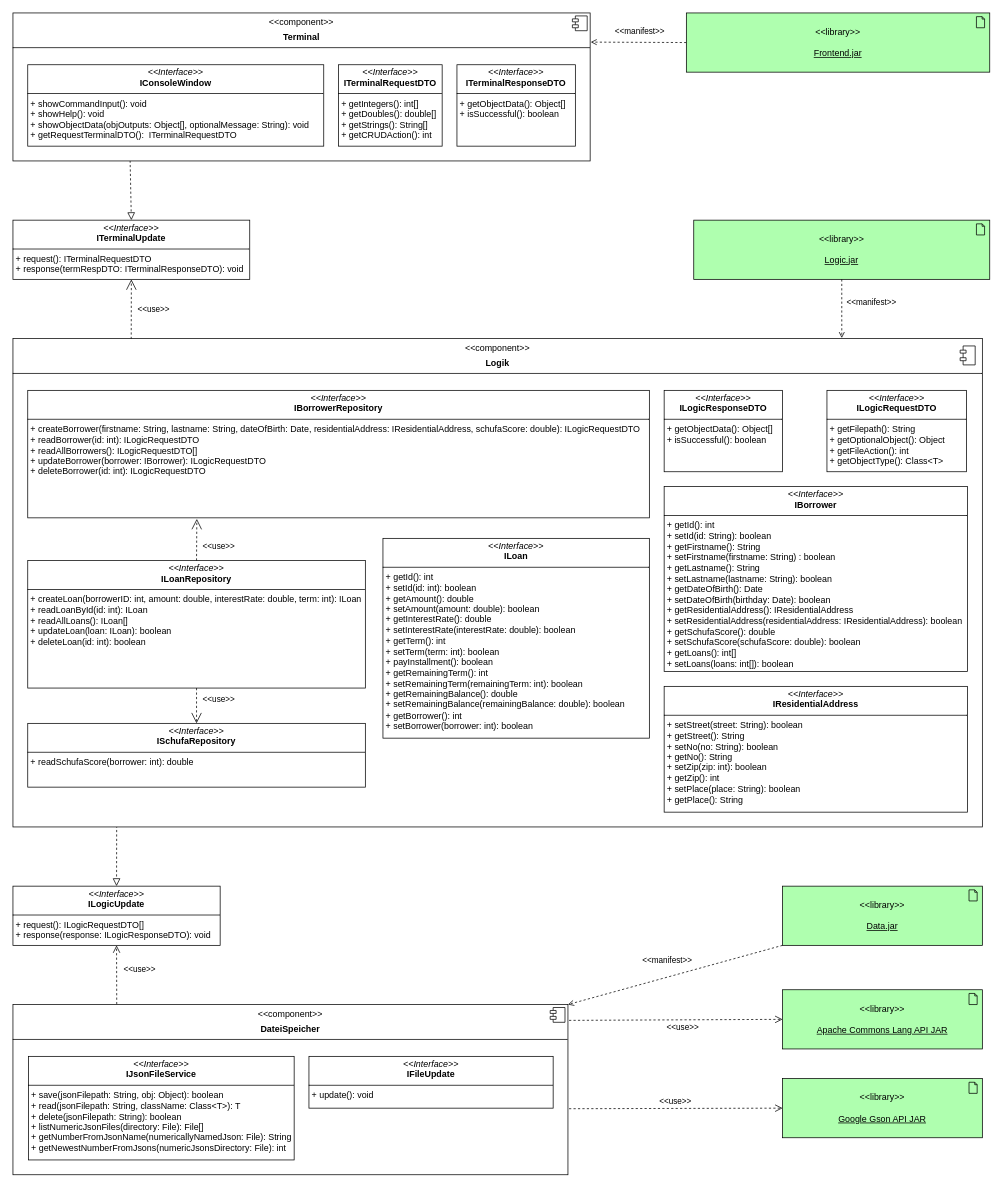
ThirdRealityStudios/avss_praktikum_2026 keeps this draw.io diagram as artifact/UML_Component_Diagram.drawio. Above is the earlier version. Source tidied: cells renumbered, new cells numbered last; positions are measured from the earlier drawing's top-left corner, leaving out a move shared by most shapes. Both pictures are drawn from the tidied source at 74%, with x=0, y=0 at pixel (13, 13).
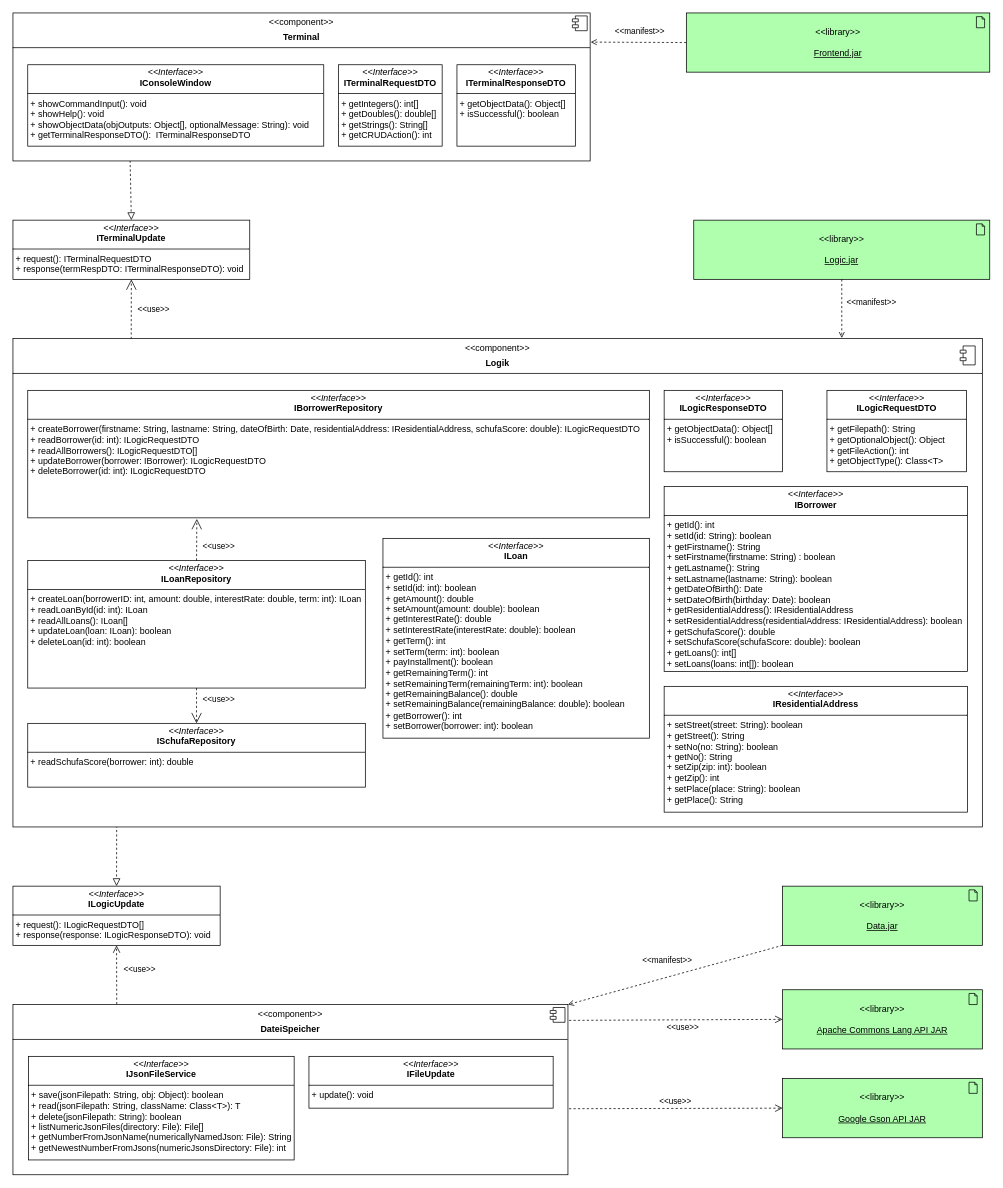
Above is the later version.

Commit message (it also covers changes not shown here):
Updated UML diagrams

What changed in the source:
```diff
@@
-    <mxCell id="39" value="&lt;p style=&quot;margin:0px;margin-top:4px;text-align:center;&quot;&gt;&lt;i&gt;&amp;lt;&amp;lt;Interface&amp;gt;&amp;gt;&lt;/i&gt;&lt;br&gt;&lt;b&gt;IConsoleWindow&lt;/b&gt;&lt;/p&gt;&lt;hr size=&quot;1&quot; style=&quot;border-style:solid;&quot;&gt;&lt;p style=&quot;margin:0px;margin-left:4px;&quot;&gt;&lt;/p&gt;&lt;p style=&quot;margin:0px;margin-left:4px;&quot;&gt;+ showCommandInput(): void&lt;/p&gt;&lt;p style=&quot;margin:0px;margin-left:4px;&quot;&gt;+ showHelp(): void&lt;/p&gt;&lt;p style=&quot;margin:0px;margin-left:4px;&quot;&gt;&lt;span style=&quot;background-color: transparent; color: light-dark(rgb(0, 0, 0), rgb(255, 255, 255));&quot;&gt;+ showObjectData(objOutputs: Object[], optionalMessage: String): void&lt;/span&gt;&lt;/p&gt;&lt;p style=&quot;margin:0px;margin-left:4px;&quot;&gt;&lt;span style=&quot;background-color: transparent; color: light-dark(rgb(0, 0, 0), rgb(255, 255, 255));&quot;&gt;+ getRequestTerminalDTO():&amp;nbsp; ITerminalRequestDTO&lt;/span&gt;&lt;/p&gt;" style="verticalAlign=top;align=left;overflow=fill;html=1;whiteSpace=wrap;" parent="1" vertex="1">
+    <mxCell id="39" value="&lt;p style=&quot;margin:0px;margin-top:4px;text-align:center;&quot;&gt;&lt;i&gt;&amp;lt;&amp;lt;Interface&amp;gt;&amp;gt;&lt;/i&gt;&lt;br&gt;&lt;b&gt;IConsoleWindow&lt;/b&gt;&lt;/p&gt;&lt;hr size=&quot;1&quot; style=&quot;border-style:solid;&quot;&gt;&lt;p style=&quot;margin:0px;margin-left:4px;&quot;&gt;&lt;/p&gt;&lt;p style=&quot;margin:0px;margin-left:4px;&quot;&gt;+ showCommandInput(): void&lt;/p&gt;&lt;p style=&quot;margin:0px;margin-left:4px;&quot;&gt;+ showHelp(): void&lt;/p&gt;&lt;p style=&quot;margin:0px;margin-left:4px;&quot;&gt;&lt;span style=&quot;background-color: transparent; color: light-dark(rgb(0, 0, 0), rgb(255, 255, 255));&quot;&gt;+ showObjectData(objOutputs: Object[], optionalMessage: String): void&lt;/span&gt;&lt;/p&gt;&lt;p style=&quot;margin:0px;margin-left:4px;&quot;&gt;&lt;span style=&quot;background-color: transparent; color: light-dark(rgb(0, 0, 0), rgb(255, 255, 255));&quot;&gt;+ getTerminal&lt;/span&gt;&lt;span style=&quot;background-color: transparent; color: light-dark(rgb(0, 0, 0), rgb(255, 255, 255));&quot;&gt;Response&lt;/span&gt;&lt;span style=&quot;background-color: transparent; color: light-dark(rgb(0, 0, 0), rgb(255, 255, 255));&quot;&gt;DTO():&amp;nbsp; ITerminal&lt;/span&gt;Response&lt;span style=&quot;background-color: transparent; color: light-dark(rgb(0, 0, 0), rgb(255, 255, 255));&quot;&gt;DTO&lt;/span&gt;&lt;/p&gt;" style="verticalAlign=top;align=left;overflow=fill;html=1;whiteSpace=wrap;" parent="1" vertex="1">
       <mxGeometry x="20" y="70" width="400" height="110" as="geometry" />
     </mxCell>
```
